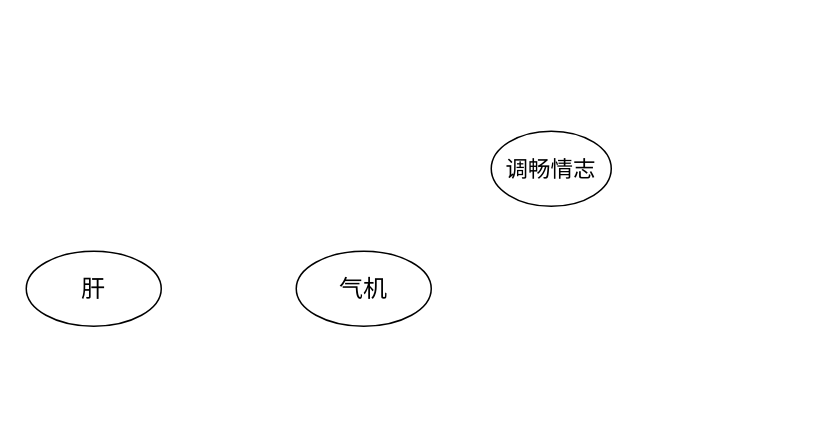
328507133/chart keeps this draw.io diagram as 医门推敲叁/中医藏象学说/藏象学说之肝/肝的生理功能/001肝-疏泄调畅气机.drawio. Above is the earlier version. Source tidied: cells renumbered, new cells numbered last; positions are measured from the earlier drawing's top-left corner, leaving out a move shared by most shapes. Both pictures are drawn from the tidied source at 150%, with x=0, y=0 at pixel (26, 130).
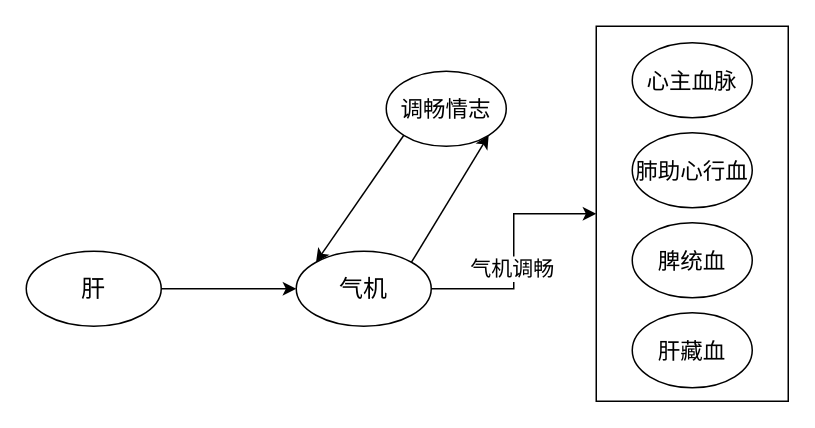
The same page after the edit.

Commit message (it also covers changes not shown here):
更新001肝-疏泄调畅气机.drawio

The edit, as a diff of the source:
```diff
@@
 <mxGraphModel>
   <root>
     <mxCell id="0" />
     <mxCell id="1" parent="0" />
     <mxCell id="2" value="调畅情志" style="ellipse;whiteSpace=wrap;html=1;fontSize=15;" parent="1" vertex="1">
-      <mxGeometry x="310" width="80" height="50" as="geometry" />
+      <mxGeometry x="240" y="-40" width="80" height="50" as="geometry" />
     </mxCell>
+    <mxCell id="5" style="edgeStyle=orthogonalEdgeStyle;rounded=0;jettySize=auto;html=1;exitX=1;exitY=0.5;exitDx=0;exitDy=0;entryX=0;entryY=0.5;entryDx=0;entryDy=0;" parent="1" edge="1" source="3" target="10">
+      <mxGeometry relative="1" as="geometry" />
+    </mxCell>
+    <mxCell id="6" value="气机调畅" style="edgeLabel;html=1;align=center;verticalAlign=middle;fontSize=14;" parent="5" vertex="1">
+      <mxGeometry x="-0.14" y="2" relative="1" as="geometry" />
+    </mxCell>
     <mxCell id="3" value="气机" style="ellipse;whiteSpace=wrap;html=1;fontSize=16;" parent="1" vertex="1">
       <mxGeometry x="180" y="80" width="90" height="50" as="geometry" />
     </mxCell>
     <mxCell id="4" value="肝" style="ellipse;whiteSpace=wrap;html=1;fontSize=16;" parent="1" vertex="1">
       <mxGeometry y="80" width="90" height="50" as="geometry" />
     </mxCell>
+    <mxCell id="7" style="endArrow=classic;html=1;rounded=0;entryX=1;entryY=1;entryDx=0;entryDy=0;exitX=1;exitY=0;exitDx=0;exitDy=0;" parent="1" edge="1" source="3" target="2">
+      <mxGeometry relative="1" as="geometry" />
+    </mxCell>
+    <mxCell id="8" style="endArrow=classic;html=1;rounded=0;entryX=0;entryY=0;entryDx=0;entryDy=0;exitX=0;exitY=1;exitDx=0;exitDy=0;" parent="1" edge="1" source="2" target="3">
+      <mxGeometry relative="1" as="geometry" />
+    </mxCell>
+    <mxCell id="9" style="endArrow=classic;html=1;rounded=0;entryX=0;entryY=0.5;entryDx=0;entryDy=0;exitX=1;exitY=0.5;exitDx=0;exitDy=0;" parent="1" edge="1" source="4" target="3">
+      <mxGeometry relative="1" as="geometry" />
+    </mxCell>
+    <mxCell id="10" style="rounded=0;whiteSpace=wrap;html=1;" parent="1" vertex="1">
+      <mxGeometry x="380" y="-70" width="128" height="250" as="geometry" />
+    </mxCell>
+    <mxCell id="11" value="心主血脉" style="ellipse;whiteSpace=wrap;html=1;fontSize=15;" parent="1" vertex="1">
+      <mxGeometry x="404" y="-59" width="80" height="50" as="geometry" />
+    </mxCell>
+    <mxCell id="12" value="肺助心行血" style="ellipse;whiteSpace=wrap;html=1;fontSize=15;" parent="1" vertex="1">
+      <mxGeometry x="404" y="1" width="80" height="50" as="geometry" />
+    </mxCell>
+    <mxCell id="13" value="脾统血" style="ellipse;whiteSpace=wrap;html=1;fontSize=15;" parent="1" vertex="1">
+      <mxGeometry x="404" y="61" width="80" height="50" as="geometry" />
+    </mxCell>
+    <mxCell id="14" value="肝藏血" style="ellipse;whiteSpace=wrap;html=1;fontSize=15;" parent="1" vertex="1">
+      <mxGeometry x="404" y="121" width="80" height="50" as="geometry" />
+    </mxCell>
   </root>
 </mxGraphModel>
```
